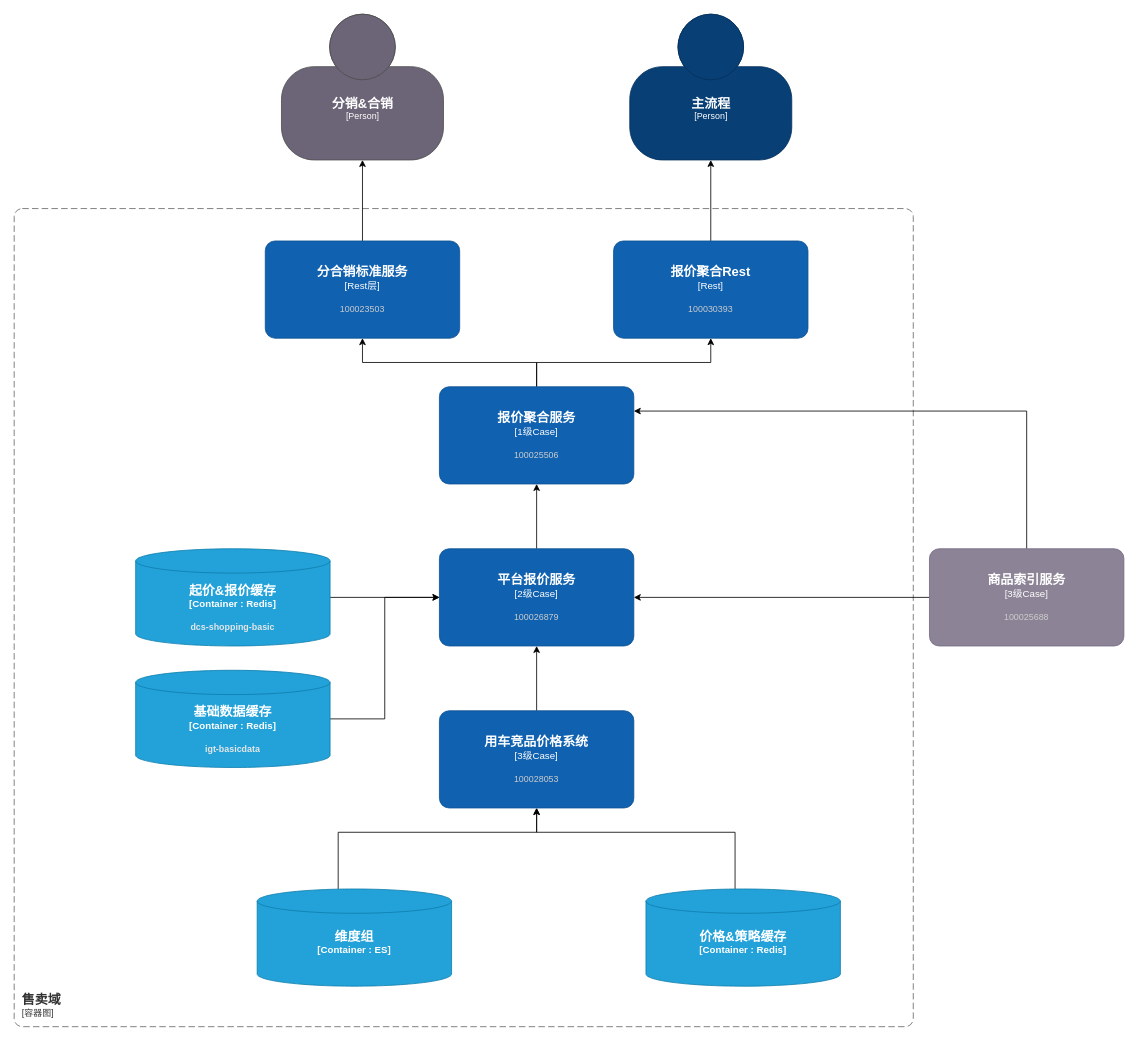
The draw.io diagram 用车架构.drawio in leonwcy/test, before the edit. Source tidied: cells renumbered, new cells numbered last; positions are measured from the earlier drawing's top-left corner, leaving out a move shared by most shapes. Both pictures are drawn from the tidied source at 81%, with x=0, y=0 at pixel (14, 14).
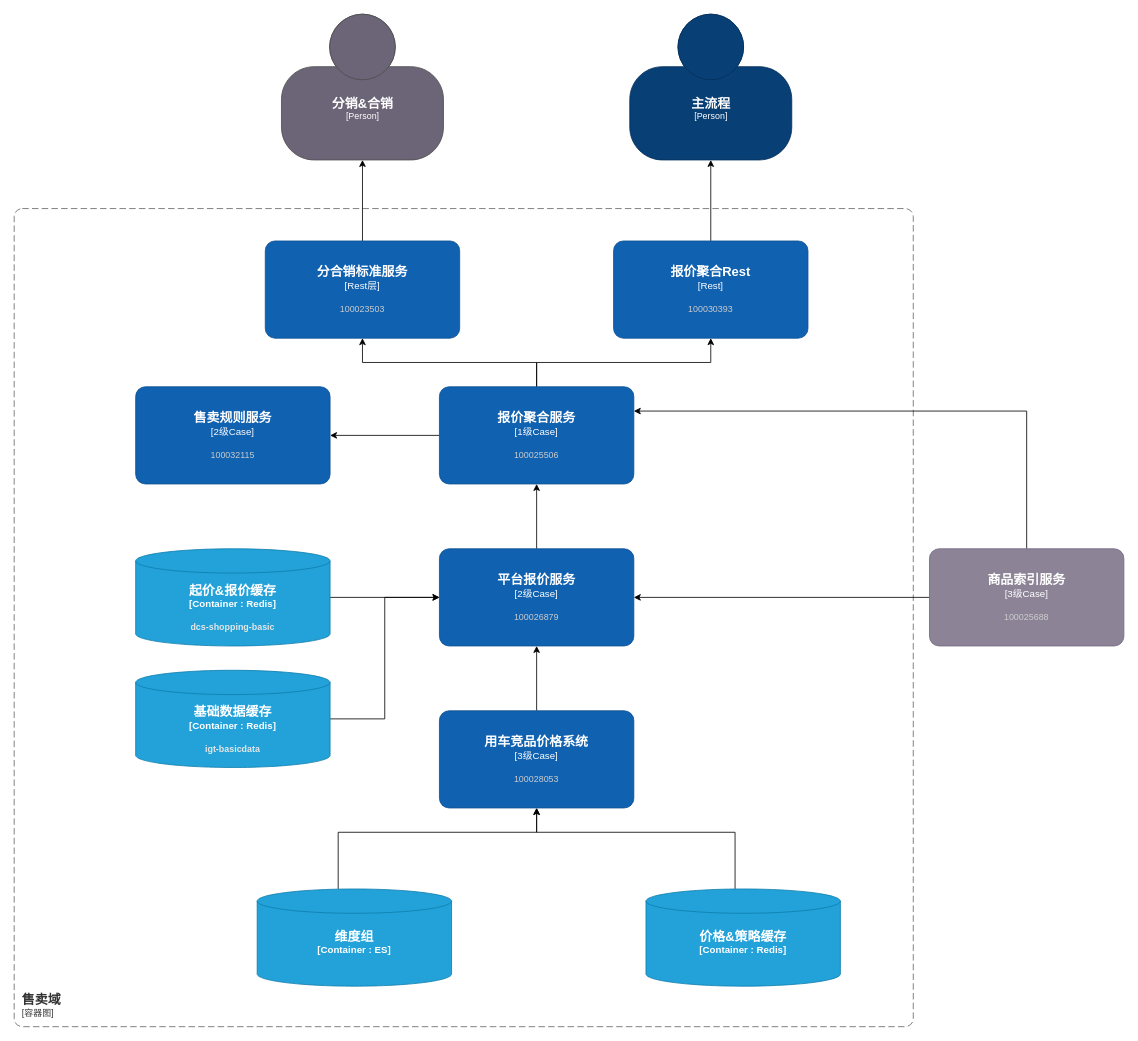
The same diagram, later.

Unchanged cells that the change refers to:
```xml
<object id="5" label="&lt;font style=&quot;font-size: 16px&quot;&gt;&lt;b&gt;%c4Name%&lt;/b&gt;&lt;/font&gt;&lt;div&gt;[%c4Type%]&lt;/div&gt;&lt;br&gt;&lt;div&gt;&lt;font style=&quot;font-size: 11px&quot;&gt;&lt;font color=&quot;#cccccc&quot;&gt;%c4Description%&lt;/font&gt;&lt;/div&gt;" c4Description="100025506 " c4Name="报价聚合服务" c4Type="1级Case" placeholders="1">
  <mxCell style="rounded=1;whiteSpace=wrap;html=1;labelBackgroundColor=none;fillColor=#1061B0;fontColor=#ffffff;align=center;arcSize=10;strokeColor=#0D5091;points=[[0.25,0,0],[0.5,0,0],[0.75,0,0],[1,0.25,0],[1,0.5,0],[1,0.75,0],[0.75,1,0],[0.5,1,0],[0.25,1,0],[0,0.75,0],[0,0.5,0],[0,0.25,0]];" parent="1" vertex="1">
    <mxGeometry x="525" y="460" width="240" height="120" as="geometry" />
  </mxCell>
</object>
```

Diff of the diagram source:
```diff
@@
+    <mxCell id="27" style="edgeStyle=orthogonalEdgeStyle;rounded=0;jettySize=auto;html=1;" parent="1" edge="1" source="5" target="28">
+      <mxGeometry relative="1" as="geometry" />
+    </mxCell>
@@
+    <object id="28" label="&lt;font style=&quot;font-size: 16px&quot;&gt;&lt;b&gt;%c4Name%&lt;/b&gt;&lt;/font&gt;&lt;div&gt;[%c4Type%]&lt;/div&gt;&lt;br&gt;&lt;div&gt;&lt;font style=&quot;font-size: 11px&quot;&gt;&lt;font color=&quot;#cccccc&quot;&gt;%c4Description%&lt;/font&gt;&lt;/div&gt;" c4Description="100032115" c4Name="售卖规则服务" c4Type="2级Case" placeholders="1">
+      <mxCell style="rounded=1;whiteSpace=wrap;html=1;labelBackgroundColor=none;fillColor=#1061B0;fontColor=#ffffff;align=center;arcSize=10;strokeColor=#0D5091;points=[[0.25,0,0],[0.5,0,0],[0.75,0,0],[1,0.25,0],[1,0.5,0],[1,0.75,0],[0.75,1,0],[0.5,1,0],[0.25,1,0],[0,0.75,0],[0,0.5,0],[0,0.25,0]];" parent="1" vertex="1">
+        <mxGeometry x="150" y="460" width="240" height="120" as="geometry" />
+      </mxCell>
+    </object>
```
